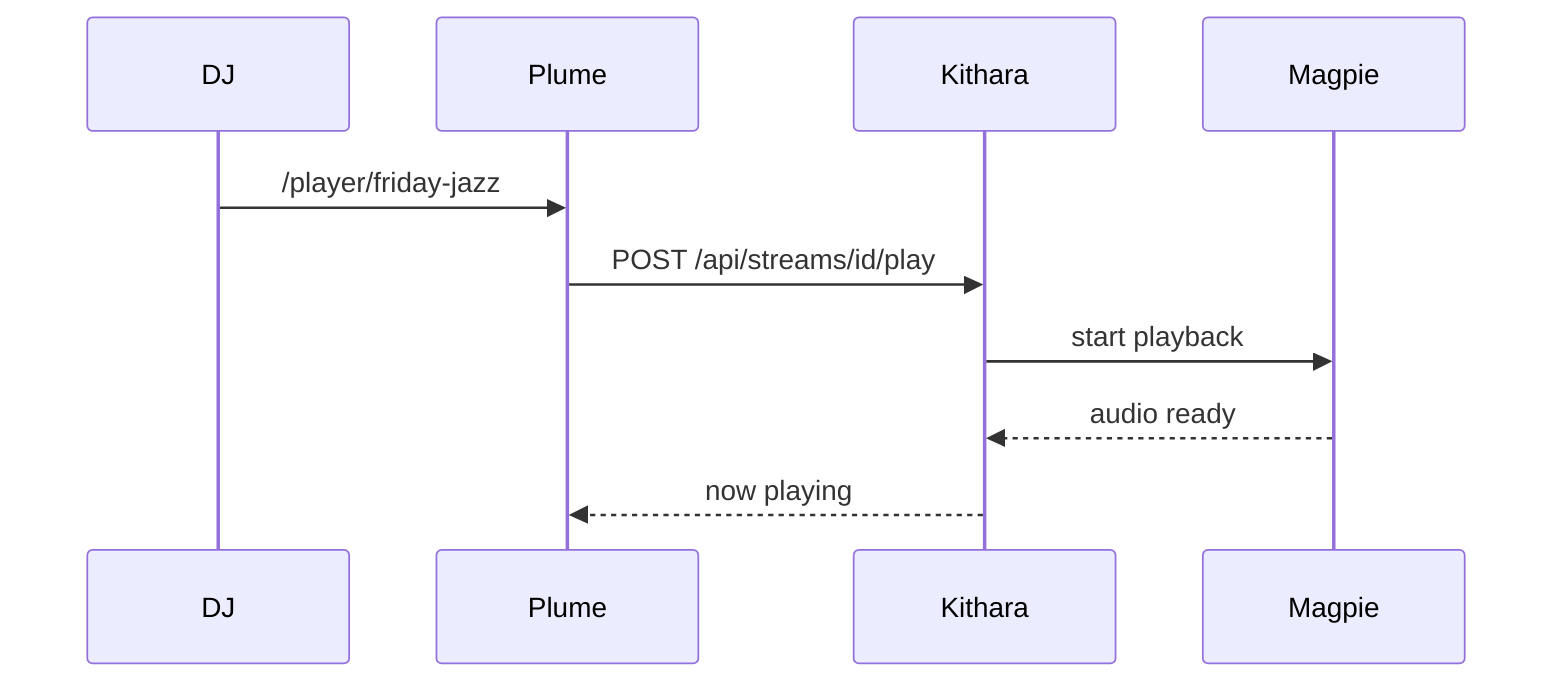
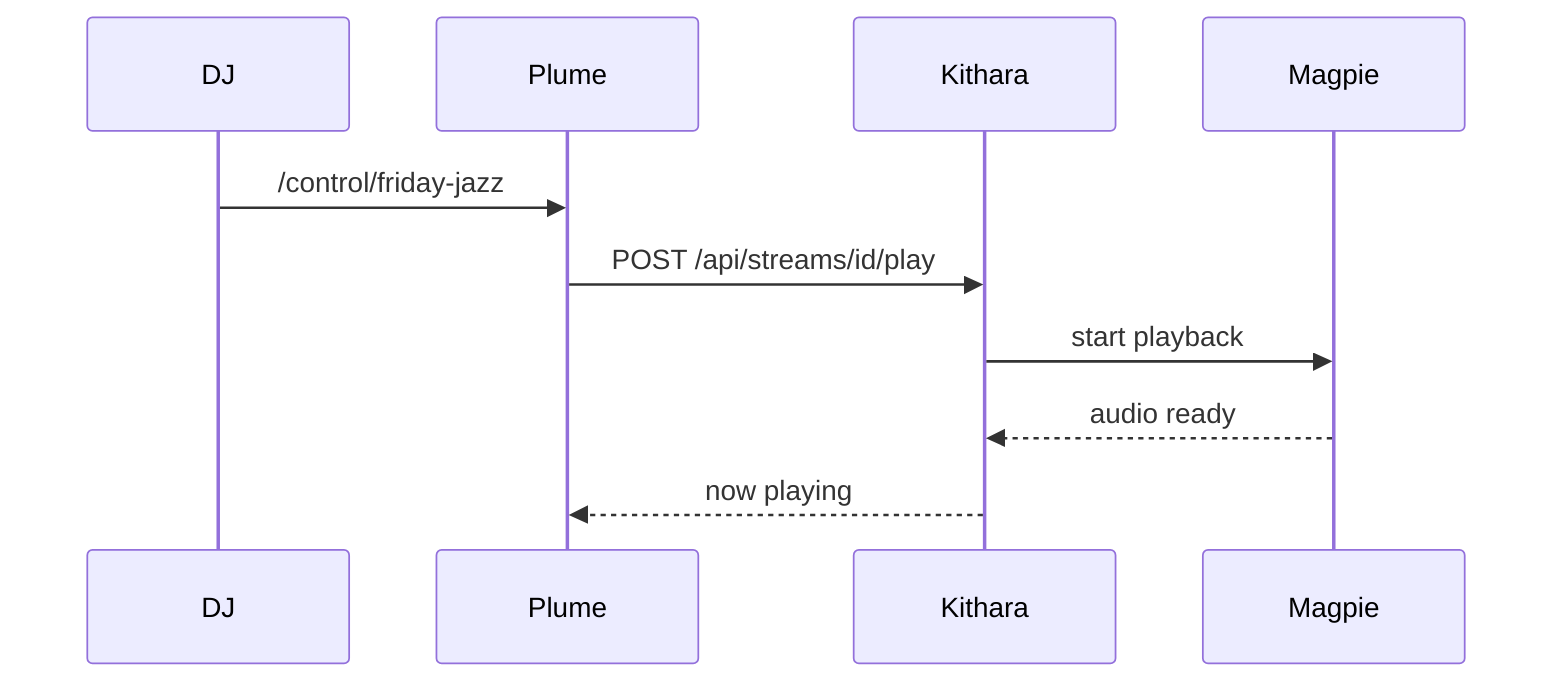
sequenceDiagram
  participant DJ
  participant Plume
  participant Kithara
  participant Magpie

-   DJ->>Plume: /player/friday-jazz
+   DJ->>Plume: /control/friday-jazz
  Plume->>Kithara: POST /api/streams/id/play
  Kithara->>Magpie: start playback
  Magpie-->>Kithara: audio ready
  Kithara-->>Plume: now playing
